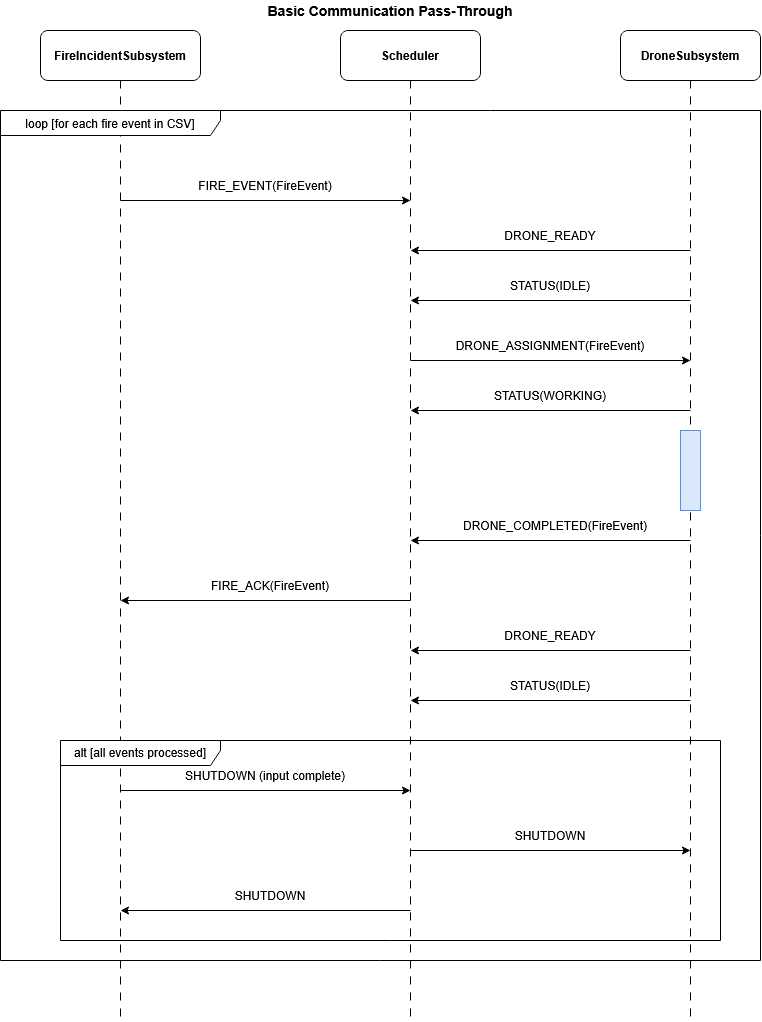
The draw.io diagram docs/diagrams/sequence-diagram.png in JowiAoun/SYSC3303W26-Project, before a commit. Source tidied: cells renumbered, new cells last; positions are measured from the earlier drawing's top-left corner, leaving out a move shared by most shapes.
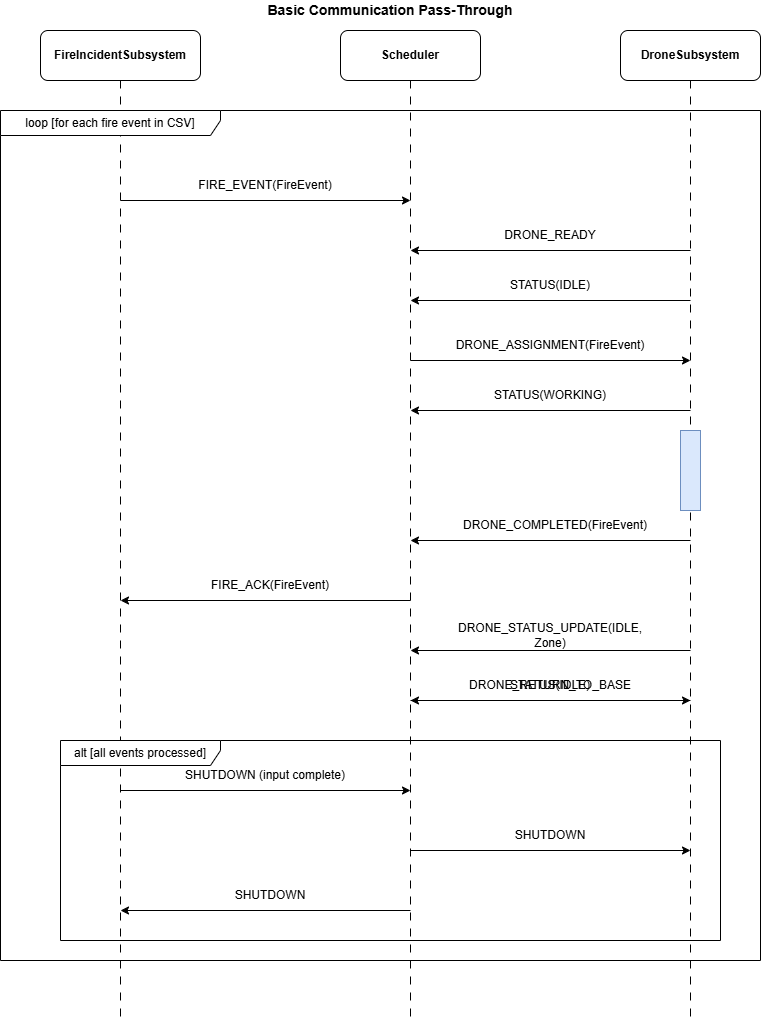
The same diagram one commit later.

Commit message:
docs(diagrams): update diagrams to optimizations

The edit, as a diff of the source:
```diff
@@ -86,9 +86,18 @@
         <mxPoint x="410" y="650" as="targetPoint" />
       </mxGeometry>
     </mxCell>
-    <mxCell id="21" value="DRONE_READY" style="text;html=1;strokeColor=none;fillColor=none;align=center;verticalAlign=middle;whiteSpace=wrap;rounded=0;" parent="1" vertex="1">
-      <mxGeometry x="490" y="625" width="120" height="20" as="geometry" />
+    <mxCell id="21" value="DRONE_STATUS_UPDATE(IDLE, Zone)" style="text;html=1;strokeColor=none;fillColor=none;align=center;verticalAlign=middle;whiteSpace=wrap;rounded=0;" parent="1" vertex="1">
+      <mxGeometry x="440" y="625" width="220" height="20" as="geometry" />
     </mxCell>
+    <mxCell id="36" style="endArrow=classic;html=1;rounded=0;" parent="1" edge="1">
+      <mxGeometry relative="1" as="geometry">
+        <mxPoint x="410" y="700" as="sourcePoint" />
+        <mxPoint x="690" y="700" as="targetPoint" />
+      </mxGeometry>
+    </mxCell>
+    <mxCell id="37" value="DRONE_RETURN_TO_BASE" style="text;html=1;strokeColor=none;fillColor=none;align=center;verticalAlign=middle;whiteSpace=wrap;rounded=0;" parent="1" vertex="1">
+      <mxGeometry x="460" y="675" width="180" height="20" as="geometry" />
+    </mxCell>
     <mxCell id="22" value="alt [all events processed]" style="shape=umlFrame;whiteSpace=wrap;html=1;width=160;height=25;" parent="1" vertex="1">
       <mxGeometry x="60" y="740" width="660" height="200" as="geometry" />
     </mxCell>
```
